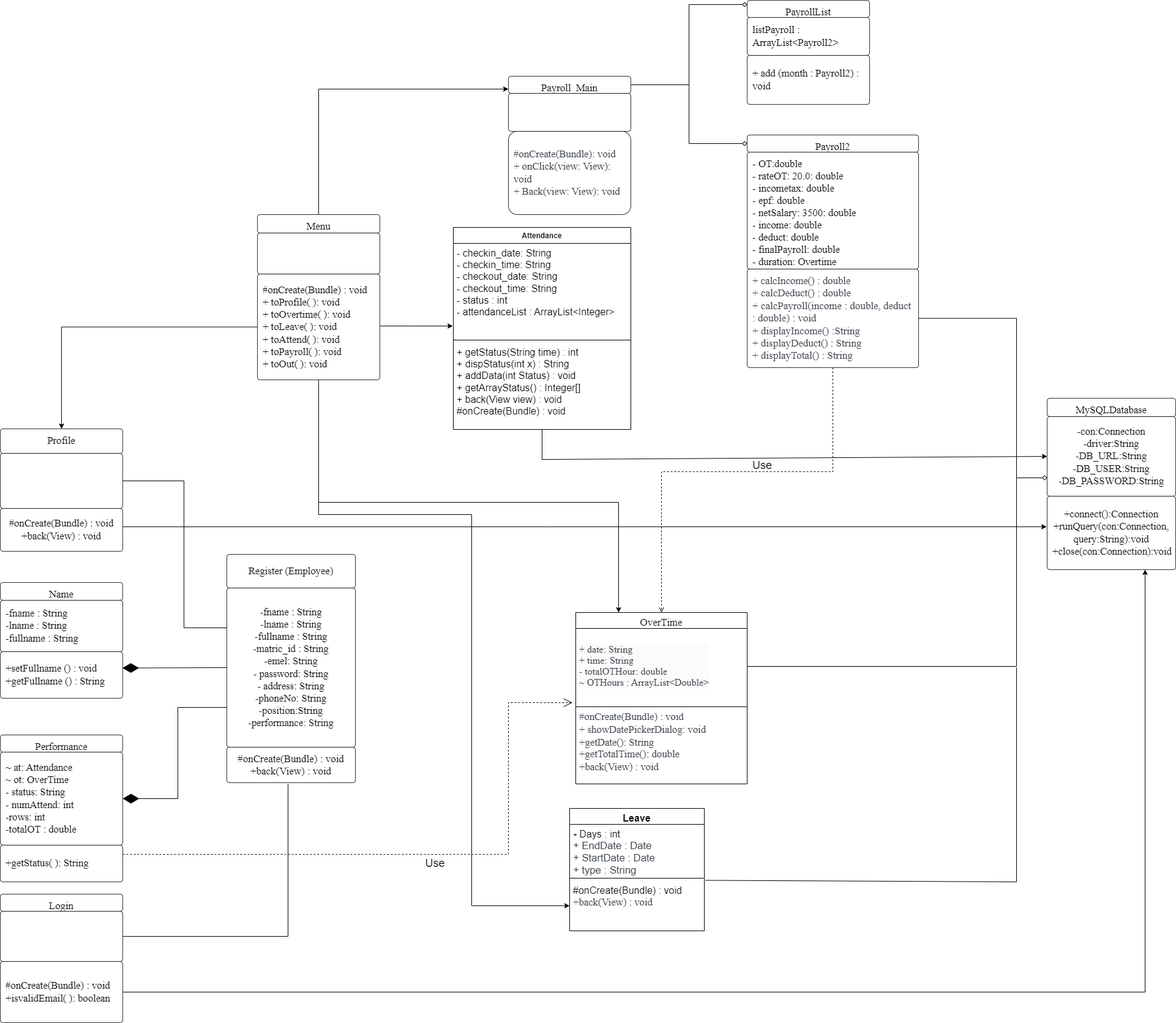
This is OOP UML.drawio.png from alyamzml/E-HRM-Final-Project, a draw.io export, as it was before one commit. Source tidied: cells renumbered, new cells last; positions are measured from the earlier drawing's top-left corner, leaving out a move shared by most shapes.
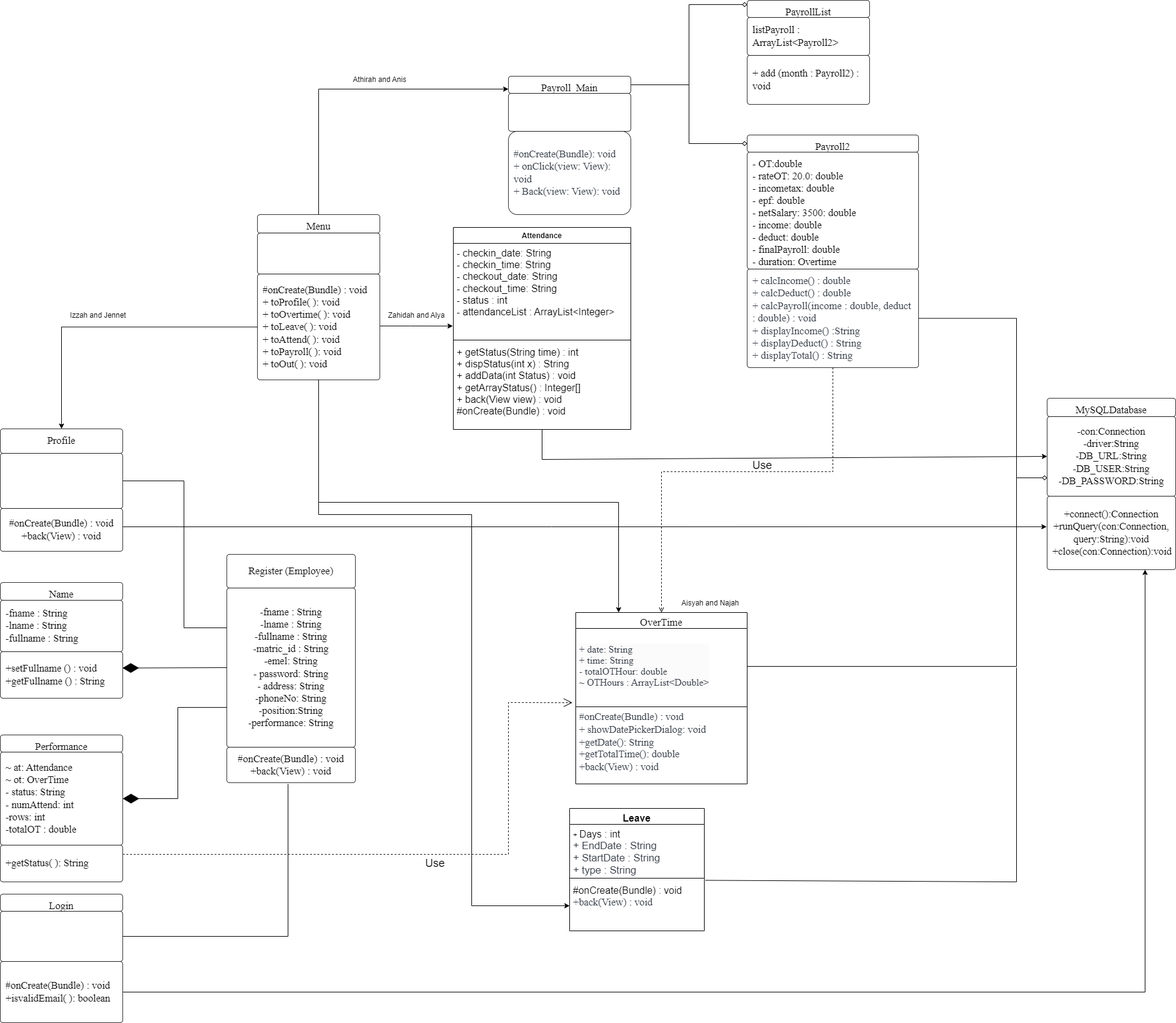
The same file after the commit.

Change to the diagram source:
```diff
@@ -216,7 +216,7 @@
     <mxCell id="59" value="&lt;font style=&quot;font-size: 16px;&quot;&gt;Leave&lt;/font&gt;" style="swimlane;fontStyle=1;align=center;verticalAlign=top;horizontal=1;startSize=26;whiteSpace=wrap;html=1;" parent="1" vertex="1">
       <mxGeometry x="930" y="1320" width="220" height="200" as="geometry" />
     </mxCell>
-    <mxCell id="60" value="+ &lt;font style=&quot;font-size: 16px;&quot;&gt;Days : int&lt;/font&gt;&lt;br style=&quot;border-color: var(--border-color);&quot;&gt;&lt;span style=&quot;border-color: var(--border-color); text-align: center; color: rgb(58, 65, 74); font-size: 16.6667px;&quot;&gt;+ EndDate : Date&lt;br style=&quot;border-color: var(--border-color);&quot;&gt;&lt;/span&gt;&lt;span style=&quot;border-color: var(--border-color); text-align: center; color: rgb(58, 65, 74); font-size: 16.6667px;&quot;&gt;+ StartDate : Date&lt;br&gt;+ type : String&lt;br style=&quot;border-color: var(--border-color);&quot;&gt;&lt;/span&gt;" style="text;strokeColor=none;fillColor=none;align=left;verticalAlign=top;spacingLeft=4;spacingRight=4;overflow=hidden;whiteSpace=wrap;html=1;" parent="59" vertex="1">
+    <mxCell id="60" value="+ &lt;font style=&quot;font-size: 16px;&quot;&gt;Days : int&lt;/font&gt;&lt;br style=&quot;border-color: var(--border-color);&quot;&gt;&lt;span style=&quot;border-color: var(--border-color); text-align: center; color: rgb(58, 65, 74); font-size: 16.6667px;&quot;&gt;+ EndDate : String&lt;br style=&quot;border-color: var(--border-color);&quot;&gt;&lt;/span&gt;&lt;span style=&quot;border-color: var(--border-color); text-align: center; color: rgb(58, 65, 74); font-size: 16.6667px;&quot;&gt;+ StartDate : String&lt;br&gt;+ type : String&lt;br style=&quot;border-color: var(--border-color);&quot;&gt;&lt;/span&gt;" style="text;strokeColor=none;fillColor=none;align=left;verticalAlign=top;spacingLeft=4;spacingRight=4;overflow=hidden;whiteSpace=wrap;html=1;" parent="59" vertex="1">
       <mxGeometry y="26" width="220" height="84" as="geometry" />
     </mxCell>
     <mxCell id="61" style="line;strokeWidth=1;fillColor=none;align=left;verticalAlign=middle;spacingTop=-1;spacingLeft=3;spacingRight=3;labelPosition=right;strokeColor=inherit;" parent="59" vertex="1">
@@ -265,5 +265,17 @@
         </Array>
       </mxGeometry>
     </mxCell>
+    <mxCell id="68" value="Athirah and Anis" style="text;html=1;strokeColor=none;fillColor=none;align=center;verticalAlign=middle;whiteSpace=wrap;rounded=0;" parent="1" vertex="1">
+      <mxGeometry x="570" y="115" width="100" height="30" as="geometry" />
+    </mxCell>
+    <mxCell id="69" value="Izzah and Jennet" style="text;html=1;strokeColor=none;fillColor=none;align=center;verticalAlign=middle;whiteSpace=wrap;rounded=0;" parent="1" vertex="1">
+      <mxGeometry x="110" y="500" width="100" height="30" as="geometry" />
+    </mxCell>
+    <mxCell id="70" value="Zahidah and Alya" style="text;html=1;strokeColor=none;fillColor=none;align=center;verticalAlign=middle;whiteSpace=wrap;rounded=0;" parent="1" vertex="1">
+      <mxGeometry x="630" y="500" width="100" height="30" as="geometry" />
+    </mxCell>
+    <mxCell id="71" value="Aisyah and Najah" style="text;html=1;strokeColor=none;fillColor=none;align=center;verticalAlign=middle;whiteSpace=wrap;rounded=0;" parent="1" vertex="1">
+      <mxGeometry x="1110" y="970" width="100" height="30" as="geometry" />
+    </mxCell>
   </root>
 </mxGraphModel>
```
